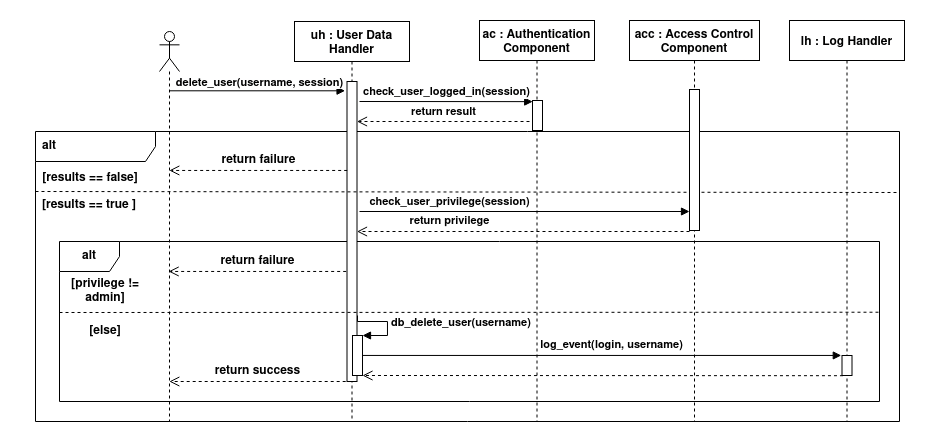
The draw.io diagram Documentation/Sequence diagrams/Sequence_Delete_User.png in nemkrisz11/Computer-Security-Homework-2021-SHAjt, before a commit. Source tidied: cells renumbered, new cells last; positions are measured from the earlier drawing's top-left corner, leaving out a move shared by most shapes.
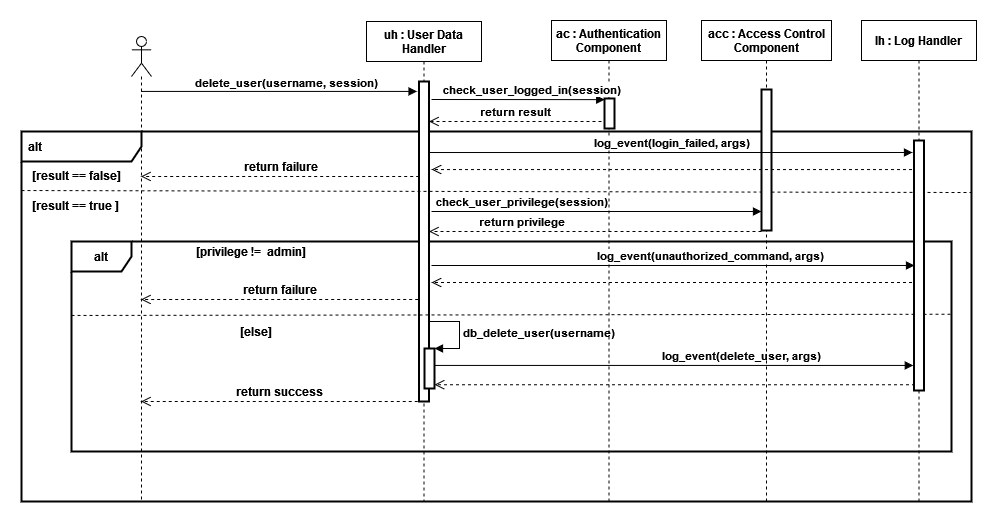
The same file after the commit.

Commit message:
#26 delete user fix, delete comment

Change to the diagram source:
```diff
@@ -2,11 +2,11 @@
   <root>
     <mxCell id="0" />
     <mxCell id="1" parent="0" />
-    <mxCell id="2" value="&lt;font style=&quot;font-size: 12px&quot;&gt;&lt;b&gt;alt&lt;/b&gt;&lt;/font&gt;" style="shape=umlFrame;whiteSpace=wrap;html=1;width=120;height=30;boundedLbl=1;verticalAlign=middle;align=left;spacingLeft=5;" parent="1" vertex="1">
-      <mxGeometry x="15" y="111" width="864" height="290" as="geometry" />
+    <mxCell id="2" value="&lt;font style=&quot;font-size: 12px&quot;&gt;&lt;b&gt;alt&lt;/b&gt;&lt;/font&gt;" style="shape=umlFrame;whiteSpace=wrap;html=1;width=120;height=30;boundedLbl=1;verticalAlign=middle;align=left;spacingLeft=5;strokeWidth=2;" parent="1" vertex="1">
+      <mxGeometry x="-71" y="111" width="950" height="370" as="geometry" />
     </mxCell>
-    <mxCell id="3" value="&lt;b&gt;alt&lt;/b&gt;" style="shape=umlFrame;whiteSpace=wrap;html=1;fontSize=12;" parent="1" vertex="1">
-      <mxGeometry x="39" y="221" width="820" height="160" as="geometry" />
+    <mxCell id="3" value="&lt;b&gt;alt&lt;/b&gt;" style="shape=umlFrame;whiteSpace=wrap;html=1;fontSize=12;strokeWidth=2;" parent="1" vertex="1">
+      <mxGeometry x="-21" y="221" width="880" height="210" as="geometry" />
     </mxCell>
     <mxCell id="4" value="&lt;b&gt;check_user_privilege(session)&lt;/b&gt;" style="html=1;verticalAlign=bottom;endArrow=block;rounded=0;" parent="1" edge="1" target="31">
       <mxGeometry x="-0.46" relative="1" as="geometry">
@@ -14,44 +14,43 @@
       </mxGeometry>
     </mxCell>
     <mxCell id="5" value="uh : User Data&#10; Handler" style="shape=umlLifeline;perimeter=lifelinePerimeter;rounded=0;shadow=0;strokeWidth=1;fontStyle=1;" parent="1" vertex="1">
-      <mxGeometry x="274" y="1" width="115" height="400" as="geometry" />
+      <mxGeometry x="274" y="1" width="115" height="480" as="geometry" />
     </mxCell>
-    <mxCell id="6" style="points=[];perimeter=orthogonalPerimeter;rounded=0;shadow=0;strokeWidth=1;" parent="5" vertex="1">
-      <mxGeometry x="52.5" y="60" width="10" height="300" as="geometry" />
+    <mxCell id="6" style="points=[];perimeter=orthogonalPerimeter;rounded=0;shadow=0;strokeWidth=2;" parent="5" vertex="1">
+      <mxGeometry x="52.5" y="60" width="10" height="320" as="geometry" />
     </mxCell>
-    <mxCell id="7" style="html=1;points=[];perimeter=orthogonalPerimeter;fontSize=11;" parent="5" vertex="1">
-      <mxGeometry x="58" y="314" width="10" height="40" as="geometry" />
+    <mxCell id="7" style="html=1;points=[];perimeter=orthogonalPerimeter;fontSize=11;strokeWidth=2;" parent="5" vertex="1">
+      <mxGeometry x="58" y="327" width="10" height="40" as="geometry" />
     </mxCell>
     <mxCell id="8" value="&lt;b&gt;db_delete_user(username)&lt;/b&gt;" style="edgeStyle=orthogonalEdgeStyle;html=1;align=left;spacingLeft=2;endArrow=block;rounded=0;entryX=1;entryY=0;fontSize=11;" parent="5" edge="1" target="7">
       <mxGeometry relative="1" as="geometry">
-        <mxPoint x="63" y="294" as="sourcePoint" />
+        <mxPoint x="63" y="300" as="sourcePoint" />
         <Array as="points">
-          <mxPoint x="63" y="300" />
           <mxPoint x="93" y="300" />
-          <mxPoint x="93" y="314" />
+          <mxPoint x="93" y="327" />
         </Array>
       </mxGeometry>
     </mxCell>
     <mxCell id="9" style="shape=umlLifeline;participant=umlActor;perimeter=lifelinePerimeter;whiteSpace=wrap;html=1;verticalAlign=top;spacingTop=36;outlineConnect=0;" parent="1" vertex="1">
-      <mxGeometry x="139" y="11" width="20" height="390" as="geometry" />
+      <mxGeometry x="39" y="16" width="20" height="465" as="geometry" />
     </mxCell>
     <mxCell id="10" style="html=1;verticalAlign=bottom;endArrow=block;rounded=0;entryX=-0.195;entryY=0.031;entryDx=0;entryDy=0;entryPerimeter=0;" parent="1" edge="1" source="9" target="6">
       <mxGeometry relative="1" as="geometry" />
     </mxCell>
     <mxCell id="11" value="&lt;b&gt;delete_user(username, session)&lt;br&gt;&lt;/b&gt;" style="edgeLabel;html=1;align=center;verticalAlign=middle;" parent="10" vertex="1">
       <mxGeometry x="-0.1" y="1" relative="1" as="geometry">
-        <mxPoint x="11" y="-8" as="offset" />
+        <mxPoint x="21" y="-8" as="offset" />
       </mxGeometry>
     </mxCell>
     <mxCell id="12" value="ac : Authentication&#10; Component" style="shape=umlLifeline;perimeter=lifelinePerimeter;rounded=0;shadow=0;strokeWidth=1;fontStyle=1;" parent="1" vertex="1">
-      <mxGeometry x="459" width="115" height="401" as="geometry" />
+      <mxGeometry x="459" width="115" height="481" as="geometry" />
     </mxCell>
-    <mxCell id="13" style="points=[];perimeter=orthogonalPerimeter;rounded=0;shadow=0;strokeWidth=1;" parent="12" vertex="1">
-      <mxGeometry x="53" y="80" width="10" height="30" as="geometry" />
+    <mxCell id="13" style="points=[];perimeter=orthogonalPerimeter;rounded=0;shadow=0;strokeWidth=2;" parent="12" vertex="1">
+      <mxGeometry x="53" y="78" width="10" height="30" as="geometry" />
     </mxCell>
     <mxCell id="14" value="&lt;b&gt;check_user_logged_in(session)&lt;/b&gt;" style="html=1;verticalAlign=bottom;endArrow=block;rounded=0;entryX=0.021;entryY=0.038;entryDx=0;entryDy=0;entryPerimeter=0;" parent="1" edge="1" target="13">
-      <mxGeometry relative="1" as="geometry">
-        <mxPoint x="339" y="81" as="sourcePoint" />
+      <mxGeometry x="0.15" relative="1" as="geometry">
+        <mxPoint x="339" y="79" as="sourcePoint" />
       </mxGeometry>
     </mxCell>
     <mxCell id="15" value="&lt;b&gt;return result&lt;br&gt;&lt;/b&gt;" style="html=1;verticalAlign=bottom;endArrow=open;dashed=1;endSize=8;rounded=0;" parent="1" edge="1" target="6">
@@ -59,32 +58,32 @@
         <mxPoint x="509" y="101" as="sourcePoint" />
       </mxGeometry>
     </mxCell>
-    <mxCell id="16" style="endArrow=none;dashed=1;html=1;strokeWidth=1;rounded=0;endSize=6;exitX=0;exitY=1;exitDx=0;exitDy=0;" parent="1" edge="1">
+    <mxCell id="16" style="endArrow=none;dashed=1;html=1;strokeWidth=1;rounded=0;endSize=6;exitX=0;exitY=1;exitDx=0;exitDy=0;" parent="1" edge="1" source="18">
       <mxGeometry relative="1" as="geometry">
-        <mxPoint x="15" y="171" as="sourcePoint" />
         <mxPoint x="879" y="172" as="targetPoint" />
       </mxGeometry>
     </mxCell>
-    <mxCell id="17" value="&lt;b&gt;[results == true ]&lt;br&gt;&lt;/b&gt;" style="text;html=1;strokeColor=none;fillColor=none;align=center;verticalAlign=middle;whiteSpace=wrap;rounded=0;" parent="1" vertex="1">
-      <mxGeometry x="14" y="170" width="110" height="30" as="geometry" />
+    <mxCell id="17" value="&lt;b&gt;[result == true ]&lt;br&gt;&lt;/b&gt;" style="text;html=1;strokeColor=none;fillColor=none;align=center;verticalAlign=middle;whiteSpace=wrap;rounded=0;" parent="1" vertex="1">
+      <mxGeometry x="-71" y="170" width="110" height="30" as="geometry" />
     </mxCell>
-    <mxCell id="18" value="&lt;b&gt;[results == false]&lt;/b&gt;" style="text;html=1;strokeColor=none;fillColor=none;align=center;verticalAlign=middle;whiteSpace=wrap;rounded=0;" parent="1" vertex="1">
-      <mxGeometry x="15" y="143" width="110" height="30" as="geometry" />
+    <mxCell id="18" value="&lt;b&gt;[result == false]&lt;/b&gt;" style="text;html=1;strokeColor=none;fillColor=none;align=center;verticalAlign=middle;whiteSpace=wrap;rounded=0;" parent="1" vertex="1">
+      <mxGeometry x="-71" y="140" width="110" height="30" as="geometry" />
     </mxCell>
-    <mxCell id="19" value="&lt;b&gt;return failure&lt;br&gt;&lt;/b&gt;" style="html=1;verticalAlign=bottom;endArrow=open;dashed=1;endSize=8;rounded=0;fontSize=12;strokeWidth=1;exitX=0.016;exitY=0.476;exitDx=0;exitDy=0;exitPerimeter=0;" parent="1" edge="1" target="9">
+    <mxCell id="19" value="&lt;b&gt;return failure&lt;br&gt;&lt;/b&gt;" style="html=1;verticalAlign=bottom;endArrow=open;dashed=1;endSize=8;rounded=0;fontSize=12;strokeWidth=1;exitX=0.016;exitY=0.476;exitDx=0;exitDy=0;exitPerimeter=0;" parent="1" edge="1">
       <mxGeometry relative="1" as="geometry">
-        <mxPoint x="326.7" y="150" as="sourcePoint" />
+        <mxPoint x="326.7" y="156" as="sourcePoint" />
+        <mxPoint x="48.5" y="156" as="targetPoint" />
       </mxGeometry>
     </mxCell>
-    <mxCell id="20" value="&lt;div&gt;&lt;b&gt;[privilege != &lt;br&gt;&lt;/b&gt;&lt;/div&gt;&lt;div&gt;&lt;b&gt;admin]&lt;/b&gt;&lt;/div&gt;" style="text;html=1;strokeColor=none;fillColor=none;align=center;verticalAlign=middle;whiteSpace=wrap;rounded=0;fontSize=12;" parent="1" vertex="1">
-      <mxGeometry y="261" width="170" height="20" as="geometry" />
+    <mxCell id="20" value="&lt;div&gt;&lt;b&gt;[privilege !=&amp;nbsp; admin]&lt;/b&gt;&lt;/div&gt;" style="text;html=1;strokeColor=none;fillColor=none;align=center;verticalAlign=middle;whiteSpace=wrap;rounded=0;fontSize=12;" parent="1" vertex="1">
+      <mxGeometry x="49" y="221" width="220" height="20" as="geometry" />
     </mxCell>
     <mxCell id="21" value="&lt;b&gt;[else]&lt;/b&gt;" style="text;html=1;strokeColor=none;fillColor=none;align=center;verticalAlign=middle;whiteSpace=wrap;rounded=0;fontSize=12;" parent="1" vertex="1">
-      <mxGeometry y="301" width="170" height="20" as="geometry" />
+      <mxGeometry x="79" y="301" width="170" height="20" as="geometry" />
     </mxCell>
-    <mxCell id="22" style="endArrow=none;dashed=1;html=1;rounded=0;fontSize=12;endSize=6;strokeWidth=1;entryX=1;entryY=0.442;entryDx=0;entryDy=0;entryPerimeter=0;" parent="1" edge="1" target="3">
+    <mxCell id="22" style="endArrow=none;dashed=1;html=1;rounded=0;fontSize=12;endSize=6;strokeWidth=1;entryX=1;entryY=0.442;entryDx=0;entryDy=0;entryPerimeter=0;exitX=0;exitY=0.352;exitDx=0;exitDy=0;exitPerimeter=0;" parent="1" edge="1" source="3">
       <mxGeometry relative="1" as="geometry">
-        <mxPoint x="39" y="292" as="sourcePoint" />
+        <mxPoint x="859" y="293.7" as="targetPoint" />
       </mxGeometry>
     </mxCell>
     <mxCell id="23" value="&lt;b&gt;return success&lt;br&gt;&lt;/b&gt;" style="html=1;verticalAlign=bottom;endArrow=open;dashed=1;endSize=8;rounded=0;fontSize=12;strokeWidth=1;exitX=-0.13;exitY=1;exitDx=0;exitDy=0;exitPerimeter=0;" parent="1" edge="1" source="6" target="9">
@@ -92,32 +91,62 @@
     </mxCell>
     <mxCell id="24" value="&lt;b&gt;return failure&lt;br&gt;&lt;/b&gt;" style="html=1;verticalAlign=bottom;endArrow=open;dashed=1;endSize=8;rounded=0;fontSize=12;strokeWidth=1;exitX=0.016;exitY=0.476;exitDx=0;exitDy=0;exitPerimeter=0;" parent="1" edge="1">
       <mxGeometry relative="1" as="geometry">
-        <mxPoint x="325.7" y="251" as="sourcePoint" />
-        <mxPoint x="148.2" y="251" as="targetPoint" />
+        <mxPoint x="325.7" y="279" as="sourcePoint" />
+        <mxPoint x="48.5" y="279" as="targetPoint" />
       </mxGeometry>
     </mxCell>
     <mxCell id="25" value="lh : Log Handler" style="shape=umlLifeline;perimeter=lifelinePerimeter;rounded=0;shadow=0;strokeWidth=1;fontStyle=1;" parent="1" vertex="1">
-      <mxGeometry x="769" width="115" height="401" as="geometry" />
+      <mxGeometry x="769" width="115" height="481" as="geometry" />
     </mxCell>
-    <mxCell id="26" style="points=[];perimeter=orthogonalPerimeter;rounded=0;shadow=0;strokeWidth=1;" parent="25" vertex="1">
-      <mxGeometry x="52.5" y="335" width="10" height="20" as="geometry" />
-    </mxCell>
+    <mxCell id="32" style="perimeter=orthogonalPerimeter;rounded=0;shadow=0;strokeWidth=2;" parent="25" vertex="1">
+      <mxGeometry x="52.5" y="120" width="10" height="250" as="geometry" />
+    </mxCell>
-    <mxCell id="27" value="&lt;font style=&quot;font-size: 11px&quot;&gt;&lt;b&gt;log_event(login, username)&lt;br&gt;&lt;/b&gt;&lt;/font&gt;" style="html=1;verticalAlign=bottom;endArrow=block;rounded=0;fontSize=12;endSize=6;strokeWidth=1;entryX=-0.071;entryY=-0.003;entryDx=0;entryDy=0;entryPerimeter=0;" parent="1" edge="1" source="7" target="26">
-      <mxGeometry x="0.04" relative="1" as="geometry" />
+    <mxCell id="27" value="&lt;font style=&quot;font-size: 11px&quot;&gt;&lt;b&gt;log_event(delete_user, args)&lt;br&gt;&lt;/b&gt;&lt;/font&gt;" style="html=1;verticalAlign=bottom;endArrow=block;rounded=0;fontSize=12;endSize=6;strokeWidth=1;entryX=-0.071;entryY=-0.003;entryDx=0;entryDy=0;entryPerimeter=0;" parent="1" edge="1">
+      <mxGeometry x="0.28" relative="1" as="geometry">
+        <mxPoint x="342" y="344.9" as="sourcePoint" />
+        <mxPoint x="820.8" y="344.9" as="targetPoint" />
+      </mxGeometry>
     </mxCell>
-    <mxCell id="28" style="html=1;verticalAlign=bottom;endArrow=open;dashed=1;endSize=8;rounded=0;fontSize=12;strokeWidth=1;exitX=0.098;exitY=1.01;exitDx=0;exitDy=0;exitPerimeter=0;" parent="1" edge="1" source="26" target="7">
-      <mxGeometry relative="1" as="geometry" />
+    <mxCell id="28" style="html=1;verticalAlign=bottom;endArrow=open;dashed=1;endSize=8;rounded=0;fontSize=12;strokeWidth=1;exitX=0.098;exitY=1.01;exitDx=0;exitDy=0;exitPerimeter=0;" parent="1" edge="1">
+      <mxGeometry relative="1" as="geometry">
+        <mxPoint x="822.5" y="364.2" as="sourcePoint" />
+        <mxPoint x="342" y="364.2" as="targetPoint" />
+      </mxGeometry>
     </mxCell>
     <mxCell id="29" value="acc : Access Control&#10;Component" style="shape=umlLifeline;perimeter=lifelinePerimeter;rounded=0;shadow=0;strokeWidth=1;fontStyle=1;" parent="1" vertex="1">
-      <mxGeometry x="609" width="130" height="401" as="geometry" />
+      <mxGeometry x="609" width="130" height="481" as="geometry" />
     </mxCell>
     <mxCell id="30" value="&lt;font style=&quot;font-size: 11px&quot;&gt;&lt;b&gt;return privilege&lt;br&gt;&lt;/b&gt;&lt;/font&gt;" style="html=1;verticalAlign=bottom;endArrow=open;dashed=1;endSize=8;rounded=0;fontSize=12;strokeWidth=1;" parent="29" edge="1" target="6">
       <mxGeometry x="0.44" relative="1" as="geometry">
         <mxPoint x="60" y="211" as="sourcePoint" />
       </mxGeometry>
     </mxCell>
-    <mxCell id="31" style="points=[];perimeter=orthogonalPerimeter;rounded=0;shadow=0;strokeWidth=1;" parent="29" vertex="1">
+    <mxCell id="31" style="points=[];perimeter=orthogonalPerimeter;rounded=0;shadow=0;strokeWidth=2;" parent="29" vertex="1">
       <mxGeometry x="60" y="69" width="10" height="141" as="geometry" />
     </mxCell>
+    <mxCell id="33" value="&lt;font style=&quot;font-size: 11px&quot;&gt;&lt;b&gt;log_event(unauthorized_command, args)&lt;br&gt;&lt;/b&gt;&lt;/font&gt;" style="html=1;verticalAlign=bottom;endArrow=block;rounded=0;fontSize=12;endSize=6;strokeWidth=1;entryX=0.05;entryY=0.007;entryDx=0;entryDy=0;entryPerimeter=0;" parent="1" edge="1">
+      <mxGeometry x="0.16" relative="1" as="geometry">
+        <mxPoint x="339" y="245" as="sourcePoint" />
+        <mxPoint x="822" y="245" as="targetPoint" />
+      </mxGeometry>
+    </mxCell>
+    <mxCell id="34" style="html=1;verticalAlign=bottom;endArrow=open;dashed=1;endSize=8;rounded=0;fontSize=12;strokeWidth=1;exitX=0.098;exitY=1.01;exitDx=0;exitDy=0;exitPerimeter=0;startSize=7;" parent="1" edge="1">
+      <mxGeometry relative="1" as="geometry">
+        <mxPoint x="819.5" y="262" as="sourcePoint" />
+        <mxPoint x="339" y="262" as="targetPoint" />
+      </mxGeometry>
+    </mxCell>
+    <mxCell id="35" value="&lt;font style=&quot;font-size: 11px&quot;&gt;&lt;b&gt;log_event(login_failed, args)&lt;br&gt;&lt;/b&gt;&lt;/font&gt;" style="html=1;verticalAlign=bottom;endArrow=block;rounded=0;fontSize=12;endSize=6;strokeWidth=1;entryX=0.05;entryY=0.007;entryDx=0;entryDy=0;entryPerimeter=0;" parent="1" edge="1">
+      <mxGeometry relative="1" as="geometry">
+        <mxPoint x="337" y="132" as="sourcePoint" />
+        <mxPoint x="820" y="132" as="targetPoint" />
+      </mxGeometry>
+    </mxCell>
+    <mxCell id="36" style="html=1;verticalAlign=bottom;endArrow=open;dashed=1;endSize=8;rounded=0;fontSize=12;strokeWidth=1;exitX=0.098;exitY=1.01;exitDx=0;exitDy=0;exitPerimeter=0;startSize=7;" parent="1" edge="1">
+      <mxGeometry relative="1" as="geometry">
+        <mxPoint x="819.5" y="149" as="sourcePoint" />
+        <mxPoint x="339" y="149" as="targetPoint" />
+      </mxGeometry>
+    </mxCell>
   </root>
 </mxGraphModel>
```
